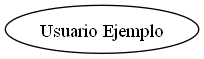
LightDemon12/-EDD-PROYECTOS_202100215 keeps this Graphviz diagram as Fase#1/cmake-build-debug/mis_amigos.dot.png. Above is the earlier version. Its source is kept beside it as Fase#1/cmake-build-debug/mis_amigos.dot. The source it was exported from:
```dot
digraph G {
    node [shape=ellipse];
    "usuario@example.com" [label="Usuario Ejemplo"];
}
```
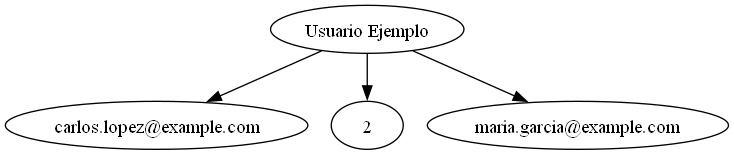
Later version of the same file.

The edit, as a diff of the source:
```diff
@@ -1,4 +1,7 @@
 digraph G {
     node [shape=ellipse];
     "usuario@example.com" [label="Usuario Ejemplo"];
+    "usuario@example.com" -> "carlos.lopez@example.com";
+    "usuario@example.com" -> "2";
+    "usuario@example.com" -> "maria.garcia@example.com";
 }
```
